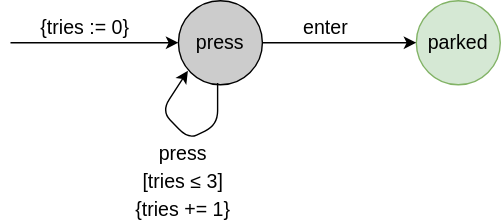
The draw.io diagram _images/driver.drawio.svg in udsdepend/fm21-momba-tutorial, before a commit. Source tidied: cells renumbered, new cells last; positions are measured from the earlier drawing's top-left corner, leaving out a move shared by most shapes. Its diagram source:
```xml
<mxGraphModel math="1">
  <root>
    <mxCell id="0" />
    <mxCell id="1" parent="0" />
    <mxCell id="2" style="endArrow=classic;html=1;entryX=0;entryY=0.5;entryDx=0;entryDy=0;" parent="1" edge="1" target="3">
      <mxGeometry relative="1" as="geometry">
        <mxPoint y="30" as="sourcePoint" />
      </mxGeometry>
    </mxCell>
    <mxCell id="3" value="press" style="ellipse;whiteSpace=wrap;html=1;fontColor=#000000;fillColor=#CCCCCC;fontSize=14;" parent="1" vertex="1">
      <mxGeometry x="120" width="60" height="60" as="geometry" />
    </mxCell>
    <mxCell id="4" value="&lt;span style=&quot;font-size: 14px&quot;&gt;parked&lt;br style=&quot;font-size: 14px&quot;&gt;&lt;/span&gt;" style="ellipse;whiteSpace=wrap;html=1;fillColor=#d5e8d4;strokeColor=#82b366;fontSize=14;" parent="1" vertex="1">
      <mxGeometry x="290" width="60" height="60" as="geometry" />
    </mxCell>
    <mxCell id="5" value="enter" style="text;html=1;align=center;verticalAlign=middle;strokeColor=none;fontSize=14;" parent="1" vertex="1">
      <mxGeometry x="200" y="9" width="50" height="20" as="geometry" />
    </mxCell>
    <mxCell id="6" style="endArrow=classic;html=1;exitX=1;exitY=0.5;exitDx=0;exitDy=0;entryX=0;entryY=0.5;entryDx=0;entryDy=0;" parent="1" edge="1">
      <mxGeometry relative="1" as="geometry">
        <mxPoint x="180" y="30" as="sourcePoint" />
        <mxPoint x="290" y="30" as="targetPoint" />
      </mxGeometry>
    </mxCell>
    <mxCell id="7" value="{tries := 0}" style="text;html=1;align=center;verticalAlign=middle;strokeColor=none;fontSize=14;rotation=0;" parent="1" vertex="1">
      <mxGeometry x="13" y="9" width="80" height="20" as="geometry" />
    </mxCell>
    <mxCell id="8" style="endArrow=classic;html=1;exitX=0.5;exitY=1;exitDx=0;exitDy=0;entryX=0;entryY=1;entryDx=0;entryDy=0;" parent="1" edge="1">
      <mxGeometry relative="1" as="geometry">
        <mxPoint x="148" y="58.8" as="sourcePoint" />
        <mxPoint x="126.8" y="50" as="targetPoint" />
        <Array as="points">
          <mxPoint x="148" y="88.8" />
          <mxPoint x="127" y="98.8" />
          <mxPoint x="108" y="78.8" />
        </Array>
      </mxGeometry>
    </mxCell>
    <mxCell id="9" value="press" style="text;html=1;align=center;verticalAlign=middle;strokeColor=none;fontSize=14;" parent="1" vertex="1">
      <mxGeometry x="98" y="98.8" width="50" height="20" as="geometry" />
    </mxCell>
    <mxCell id="10" value="[tries ≤ 3]" style="text;html=1;align=center;verticalAlign=middle;strokeColor=none;fontSize=14;rotation=0;" parent="1" vertex="1">
      <mxGeometry x="88" y="118.8" width="70" height="20" as="geometry" />
    </mxCell>
    <mxCell id="11" value="{tries += 1}" style="text;html=1;align=center;verticalAlign=middle;strokeColor=none;fontSize=14;rotation=0;" parent="1" vertex="1">
      <mxGeometry x="83" y="138.8" width="80" height="20" as="geometry" />
    </mxCell>
  </root>
</mxGraphModel>
```
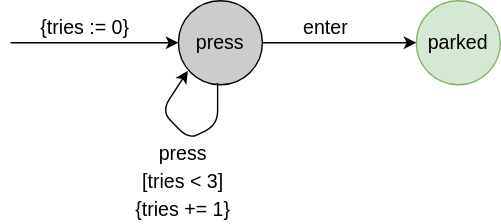
After the commit.

The edit, as a diff of the source:
```diff
@@ -39,7 +39,7 @@
     <mxCell id="9" value="press" style="text;html=1;align=center;verticalAlign=middle;strokeColor=none;fontSize=14;" parent="1" vertex="1">
       <mxGeometry x="98" y="98.8" width="50" height="20" as="geometry" />
     </mxCell>
-    <mxCell id="10" value="[tries ≤ 3]" style="text;html=1;align=center;verticalAlign=middle;strokeColor=none;fontSize=14;rotation=0;" parent="1" vertex="1">
+    <mxCell id="10" value="[tries &amp;lt; 3]" style="text;html=1;align=center;verticalAlign=middle;strokeColor=none;fontSize=14;rotation=0;" parent="1" vertex="1">
       <mxGeometry x="88" y="118.8" width="70" height="20" as="geometry" />
     </mxCell>
     <mxCell id="11" value="{tries += 1}" style="text;html=1;align=center;verticalAlign=middle;strokeColor=none;fontSize=14;rotation=0;" parent="1" vertex="1">
```
